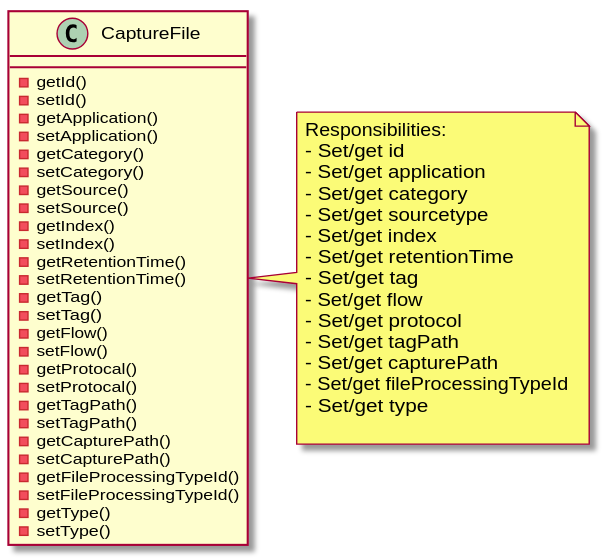
Before: docs/doxygen_docs/doxygen/inline_umlgraph_3.svg, a diagram exported from PlantUML (Nefarious46/cfe_18).
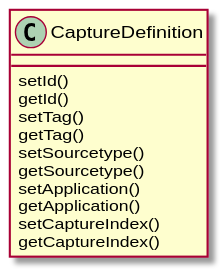
Later version of the same file.

Diff of the diagram source:
```diff
@@ -1,48 +1,14 @@
 @startuml inline_umlgraph_3.svg
-class CaptureFile {
-- getId()
-- setId()
-- getApplication()
-- setApplication()
-- getCategory()
-- setCategory()
-- getSource()
-- setSource()
-- getIndex()
-- setIndex()
-- getRetentionTime()
-- setRetentionTime()
-- getTag()
-- setTag()
-- getFlow()
-- setFlow()
-- getProtocal()
-- setProtocal()
-- getTagPath()
-- setTagPath()
-- getCapturePath()
-- setCapturePath()
-- getFileProcessingTypeId()
-- setFileProcessingTypeId()
-- getType()
-- setType()
-
- }
-note right of CaptureFile
-Responsibilities:
-- Set/get id
-- Set/get application
-- Set/get category
-- Set/get sourcetype
-- Set/get index
-- Set/get retentionTime
-- Set/get tag
-- Set/get flow
-- Set/get protocol
-- Set/get tagPath
-- Set/get capturePath
-- Set/get fileProcessingTypeId
-- Set/get type
-
-end note
+class CaptureDefinition{
+    setId()
+    getId()
+    setTag()
+    getTag()
+    setSourcetype()
+    getSourcetype()
+    setApplication()
+    getApplication()
+    setCaptureIndex()
+    getCaptureIndex()
+}
 @enduml
```
